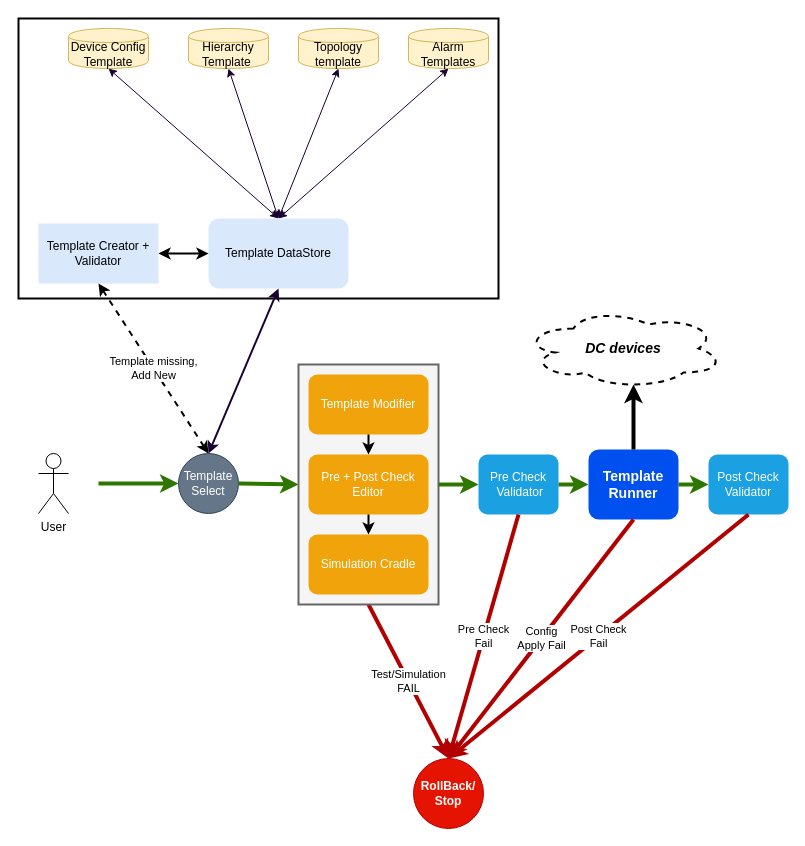
Earlier version of the draw.io diagram template based nw provisioning.drawio (sugchand/drawio). Source tidied: cells renumbered, new cells numbered last; positions are measured from the earlier drawing's top-left corner, leaving out a move shared by most shapes. Both pictures are drawn from the tidied source at 100%, with x=0, y=0 at pixel (18, 18).
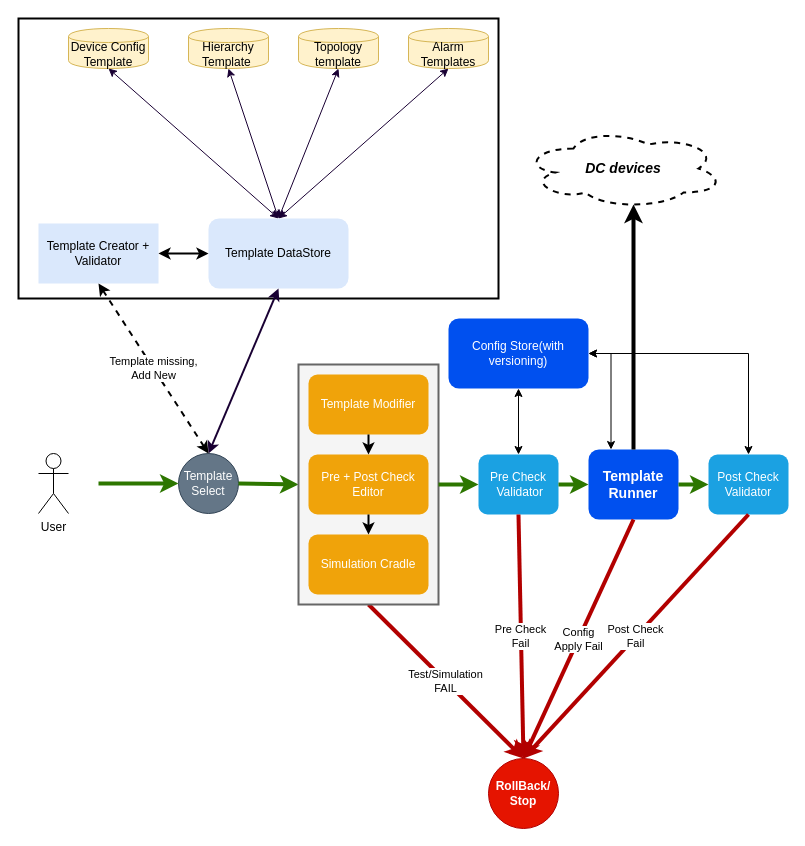
After the change.

Unchanged cells that the change refers to:
```xml
<mxCell id="18" value="Pre Check&lt;br&gt;&amp;nbsp;Validator" style="rounded=1;whiteSpace=wrap;html=1;fillColor=#1ba1e2;strokeColor=none;fontColor=#ffffff;" parent="1" vertex="1">
  <mxGeometry x="460" y="436" width="80" height="60" as="geometry" />
</mxCell>
<mxCell id="19" value="&lt;span style=&quot;font-size: 14px&quot;&gt;&lt;b&gt;Template Runner&lt;/b&gt;&lt;/span&gt;" style="rounded=1;whiteSpace=wrap;html=1;fillColor=#0050ef;strokeColor=none;fontColor=#ffffff;glass=0;comic=0;shadow=0;" parent="1" vertex="1">
  <mxGeometry x="570" y="431" width="90" height="70" as="geometry" />
</mxCell>
<mxCell id="20" value="Post Check Validator" style="rounded=1;whiteSpace=wrap;html=1;fillColor=#1ba1e2;strokeColor=none;fontColor=#ffffff;" parent="1" vertex="1">
  <mxGeometry x="690" y="436" width="80" height="60" as="geometry" />
</mxCell>
```

What changed in the source:
```diff
@@
     <mxCell id="21" value="&lt;b&gt;RollBack/&lt;br&gt;Stop&lt;/b&gt;" style="ellipse;whiteSpace=wrap;html=1;fillColor=#e51400;strokeColor=#B20000;fontColor=#ffffff;" parent="1" vertex="1">
-      <mxGeometry x="395" y="740" width="70" height="70" as="geometry" />
+      <mxGeometry x="470" y="740" width="70" height="70" as="geometry" />
     </mxCell>
@@
     <mxCell id="38" value="&lt;span style=&quot;font-size: 14px&quot;&gt;&lt;b&gt;&lt;i&gt;DC devices&lt;/i&gt;&lt;/b&gt;&lt;/span&gt;" style="ellipse;shape=cloud;whiteSpace=wrap;html=1;strokeColor=#000000;strokeWidth=2;dashed=1;" parent="1" vertex="1">
-      <mxGeometry x="505" y="290" width="200" height="80" as="geometry" />
+      <mxGeometry x="505" y="110" width="200" height="80" as="geometry" />
     </mxCell>
@@
+    <mxCell id="40" value="Config Store(with versioning)" style="rounded=1;whiteSpace=wrap;html=1;fillColor=#0050ef;strokeColor=none;fontColor=#ffffff;" parent="1" vertex="1">
+      <mxGeometry x="430" y="300" width="140" height="70" as="geometry" />
+    </mxCell>
+    <mxCell id="41" style="endArrow=classic;startArrow=classic;html=1;entryX=0.5;entryY=1;entryDx=0;entryDy=0;exitX=0.5;exitY=0;exitDx=0;exitDy=0;" parent="1" edge="1" source="18" target="40">
+      <mxGeometry relative="1" as="geometry" />
+    </mxCell>
+    <mxCell id="42" style="endArrow=classic;startArrow=classic;html=1;entryX=1;entryY=0.5;entryDx=0;entryDy=0;exitX=0.25;exitY=0;exitDx=0;exitDy=0;edgeStyle=orthogonalEdgeStyle;rounded=0;" parent="1" edge="1" source="19" target="40">
+      <mxGeometry relative="1" as="geometry" />
+    </mxCell>
+    <mxCell id="43" style="endArrow=classic;startArrow=classic;html=1;entryX=1;entryY=0.5;entryDx=0;entryDy=0;exitX=0.5;exitY=0;exitDx=0;exitDy=0;edgeStyle=orthogonalEdgeStyle;rounded=0;" parent="1" edge="1" source="20" target="40">
+      <mxGeometry relative="1" as="geometry" />
+    </mxCell>
```
